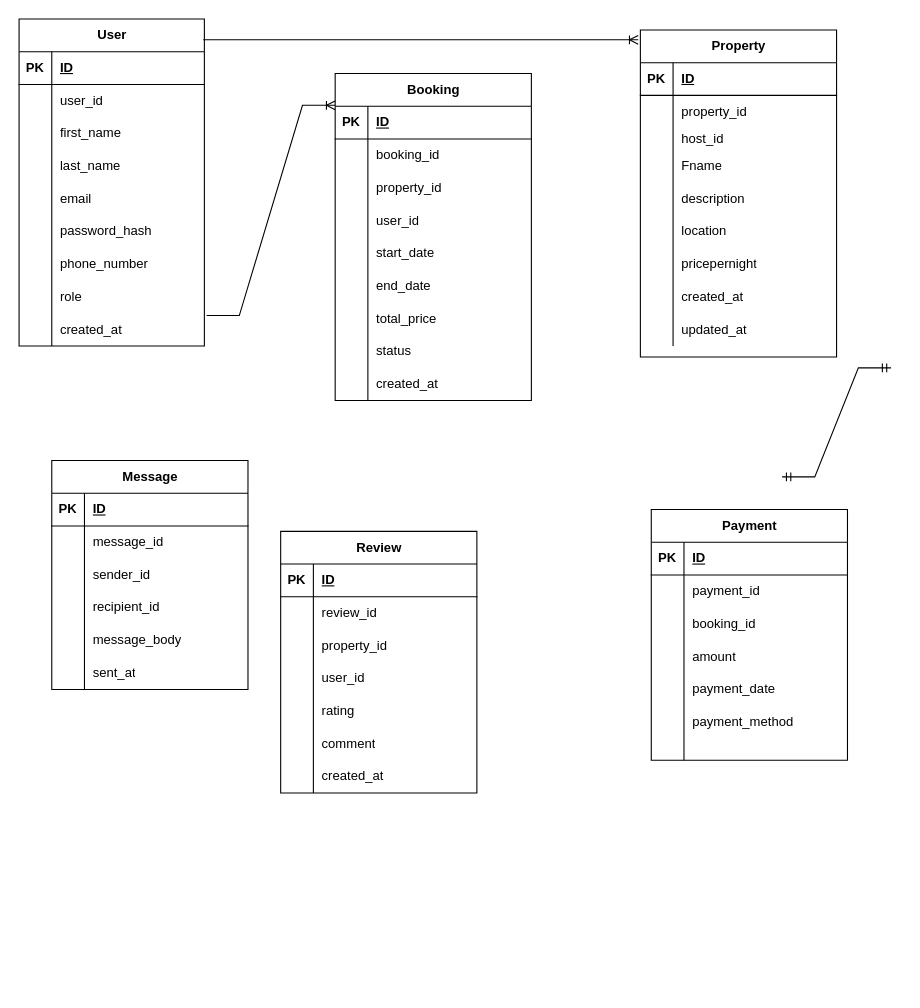
Earlier version of the draw.io diagram page "Page-2" (2 of 2) of ERD/ALX DB.drawio (Amandecoe/alx-airbnb-database). Source tidied: cells renumbered, new cells numbered last; positions are measured from the earlier drawing's top-left corner, leaving out a move shared by most shapes. Both pictures are drawn from the tidied source at 109%, with x=0, y=0 at pixel (19, 19).
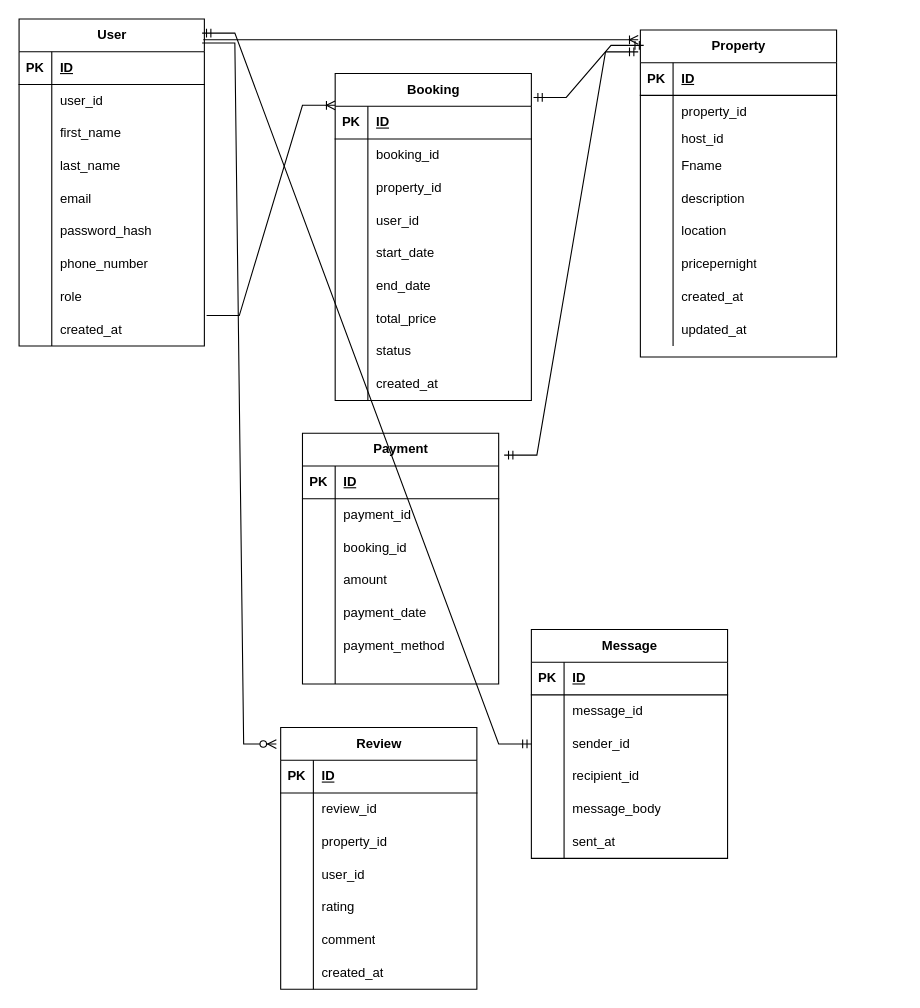
Above is the later version.

Unchanged cells that the change refers to:
```xml
<mxCell id="2" value="&lt;div&gt;User&lt;/div&gt;" style="shape=table;startSize=30;childLayout=tableLayout;rowLines=0;fontStyle=1;align=center;html=1;" parent="1" vertex="1">
  <mxGeometry width="170" height="300" as="geometry" />
</mxCell>
<mxCell id="30" value="Property" style="shape=table;startSize=30;childLayout=tableLayout;rowLines=0;fontStyle=1;align=center;html=1;" parent="1" vertex="1">
  <mxGeometry x="570" y="10" width="180" height="300" as="geometry" />
</mxCell>
<mxCell id="58" value="Booking" style="shape=table;startSize=30;childLayout=tableLayout;rowLines=0;fontStyle=1;align=center;html=1;" parent="1" vertex="1">
  <mxGeometry x="290" y="50" width="180" height="300" as="geometry" />
</mxCell>
```

What changed in the source:
```diff
@@
     <mxCell id="86" value="Payment" style="shape=table;startSize=30;childLayout=tableLayout;rowLines=0;fontStyle=1;align=center;html=1;" parent="1" vertex="1">
-      <mxGeometry x="580" y="450" width="180" height="230" as="geometry" />
+      <mxGeometry x="260" y="380" width="180" height="230" as="geometry" />
     </mxCell>
@@
     <mxCell id="108" value="Review" style="shape=table;startSize=30;childLayout=tableLayout;rowLines=0;fontStyle=1;align=center;html=1;" parent="1" vertex="1">
-      <mxGeometry x="240" y="470" width="180" height="240" as="geometry" />
+      <mxGeometry x="240" y="650" width="180" height="240" as="geometry" />
     </mxCell>
@@
     <mxCell id="130" value="Message" style="shape=table;startSize=30;childLayout=tableLayout;rowLines=0;fontStyle=1;align=center;html=1;" parent="1" vertex="1">
-      <mxGeometry x="30" y="405" width="180" height="210" as="geometry" />
+      <mxGeometry x="470" y="560" width="180" height="210" as="geometry" />
     </mxCell>
@@
-    <mxCell id="151" style="edgeStyle=entityRelationEdgeStyle;fontSize=12;html=1;endArrow=ERmandOne;startArrow=ERmandOne;rounded=0;" parent="1" edge="1">
-      <mxGeometry relative="1" as="geometry">
-        <mxPoint x="700" y="420" as="sourcePoint" />
-        <mxPoint x="800" y="320" as="targetPoint" />
-      </mxGeometry>
-    </mxCell>
+    <mxCell id="152" style="edgeStyle=entityRelationEdgeStyle;fontSize=12;html=1;endArrow=ERzeroToMany;endFill=1;rounded=0;exitX=0.988;exitY=0.073;exitDx=0;exitDy=0;exitPerimeter=0;entryX=-0.022;entryY=0.063;entryDx=0;entryDy=0;entryPerimeter=0;" parent="1" edge="1" source="2" target="108">
+      <mxGeometry relative="1" as="geometry">
+        <Array as="points">
+          <mxPoint x="360" y="370" />
+        </Array>
+      </mxGeometry>
+    </mxCell>
+    <mxCell id="153" style="edgeStyle=entityRelationEdgeStyle;fontSize=12;html=1;endArrow=ERmandOne;startArrow=ERmandOne;rounded=0;entryX=-0.011;entryY=0.067;entryDx=0;entryDy=0;entryPerimeter=0;exitX=1.028;exitY=0.087;exitDx=0;exitDy=0;exitPerimeter=0;" parent="1" edge="1" source="86" target="30">
+      <mxGeometry relative="1" as="geometry">
+        <Array as="points">
+          <mxPoint x="480" y="310" />
+          <mxPoint x="470" y="210" />
+        </Array>
+      </mxGeometry>
+    </mxCell>
+    <mxCell id="154" style="edgeStyle=entityRelationEdgeStyle;fontSize=12;html=1;endArrow=ERmandOne;startArrow=ERmandOne;rounded=0;entryX=0.988;entryY=0.043;entryDx=0;entryDy=0;entryPerimeter=0;" parent="1" edge="1" source="130" target="2">
+      <mxGeometry relative="1" as="geometry">
+        <Array as="points">
+          <mxPoint x="530" y="560" />
+        </Array>
+      </mxGeometry>
+    </mxCell>
+    <mxCell id="155" style="edgeStyle=entityRelationEdgeStyle;fontSize=12;html=1;endArrow=ERmandOne;startArrow=ERmandOne;rounded=0;entryX=0.017;entryY=0.047;entryDx=0;entryDy=0;entryPerimeter=0;exitX=1.011;exitY=0.073;exitDx=0;exitDy=0;exitPerimeter=0;" parent="1" edge="1" source="58" target="30">
+      <mxGeometry relative="1" as="geometry">
+        <Array as="points">
+          <mxPoint x="470" y="160" />
+        </Array>
+      </mxGeometry>
+    </mxCell>
```
